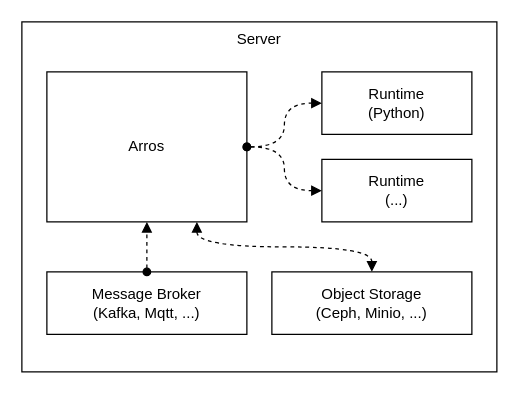
Before: arros/arros.drawio in haruband/codebook, a draw.io diagram. Source tidied: cells renumbered, new cells numbered last; positions are measured from the earlier drawing's top-left corner, leaving out a move shared by most shapes. Both pictures are drawn from the tidied source at 125%, with x=0, y=0 at pixel (21, 21).
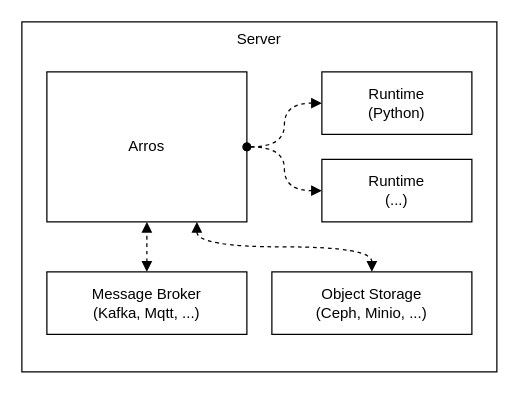
The same diagram, later.

Change to the diagram source:
```diff
@@
 <mxGraphModel>
   <root>
     <mxCell id="0" />
     <mxCell id="1" parent="0" />
     <mxCell id="2" value="Server" style="rounded=0;whiteSpace=wrap;html=1;verticalAlign=top;align=center;" parent="1" vertex="1">
       <mxGeometry width="380" height="280" as="geometry" />
     </mxCell>
     <mxCell id="3" value="Arros" style="rounded=0;whiteSpace=wrap;html=1;" parent="1" vertex="1">
       <mxGeometry x="20" y="40" width="160" height="120" as="geometry" />
     </mxCell>
     <mxCell id="4" value="Runtime&lt;div&gt;(Python)&lt;/div&gt;" style="rounded=0;whiteSpace=wrap;html=1;" parent="1" vertex="1">
       <mxGeometry x="240" y="40" width="120" height="50" as="geometry" />
     </mxCell>
     <mxCell id="5" value="Runtime&lt;div&gt;(...)&lt;/div&gt;" style="rounded=0;whiteSpace=wrap;html=1;" parent="1" vertex="1">
       <mxGeometry x="240" y="110" width="120" height="50" as="geometry" />
     </mxCell>
     <mxCell id="6" style="endArrow=block;html=1;rounded=0;edgeStyle=orthogonalEdgeStyle;entryX=0;entryY=0.5;entryDx=0;entryDy=0;curved=1;dashed=1;endFill=1;startArrow=oval;startFill=1;" parent="1" edge="1" source="3" target="4">
       <mxGeometry relative="1" as="geometry" />
     </mxCell>
     <mxCell id="7" style="endArrow=block;html=1;rounded=0;edgeStyle=orthogonalEdgeStyle;entryX=0;entryY=0.5;entryDx=0;entryDy=0;curved=1;dashed=1;endFill=1;exitX=1;exitY=0.5;exitDx=0;exitDy=0;startArrow=oval;startFill=1;" parent="1" edge="1" source="3" target="5">
       <mxGeometry relative="1" as="geometry" />
     </mxCell>
     <mxCell id="8" value="Message Broker&lt;div&gt;(Kafka, Mqtt, ...)&lt;/div&gt;" style="rounded=0;whiteSpace=wrap;html=1;" parent="1" vertex="1">
       <mxGeometry x="20" y="200" width="160" height="50" as="geometry" />
     </mxCell>
     <mxCell id="9" value="Object Storage&lt;div&gt;(Ceph, Minio, ...)&lt;/div&gt;" style="rounded=0;whiteSpace=wrap;html=1;" parent="1" vertex="1">
       <mxGeometry x="200" y="200" width="160" height="50" as="geometry" />
     </mxCell>
-    <mxCell id="10" style="endArrow=block;html=1;rounded=0;edgeStyle=orthogonalEdgeStyle;entryX=0.5;entryY=1;entryDx=0;entryDy=0;curved=1;dashed=1;endFill=1;exitX=0.5;exitY=0;exitDx=0;exitDy=0;startArrow=oval;startFill=1;" parent="1" edge="1" source="8" target="3">
+    <mxCell id="10" style="endArrow=block;html=1;rounded=0;edgeStyle=orthogonalEdgeStyle;entryX=0.5;entryY=1;entryDx=0;entryDy=0;curved=1;dashed=1;endFill=1;exitX=0.5;exitY=0;exitDx=0;exitDy=0;startArrow=block;startFill=1;" parent="1" edge="1" source="8" target="3">
       <mxGeometry relative="1" as="geometry" />
     </mxCell>
     <mxCell id="11" style="endArrow=block;html=1;rounded=0;edgeStyle=orthogonalEdgeStyle;entryX=0.5;entryY=0;entryDx=0;entryDy=0;curved=1;dashed=1;endFill=1;exitX=0.75;exitY=1;exitDx=0;exitDy=0;startArrow=block;startFill=1;" parent="1" edge="1" source="3" target="9">
       <mxGeometry relative="1" as="geometry" />
     </mxCell>
   </root>
 </mxGraphModel>
```
